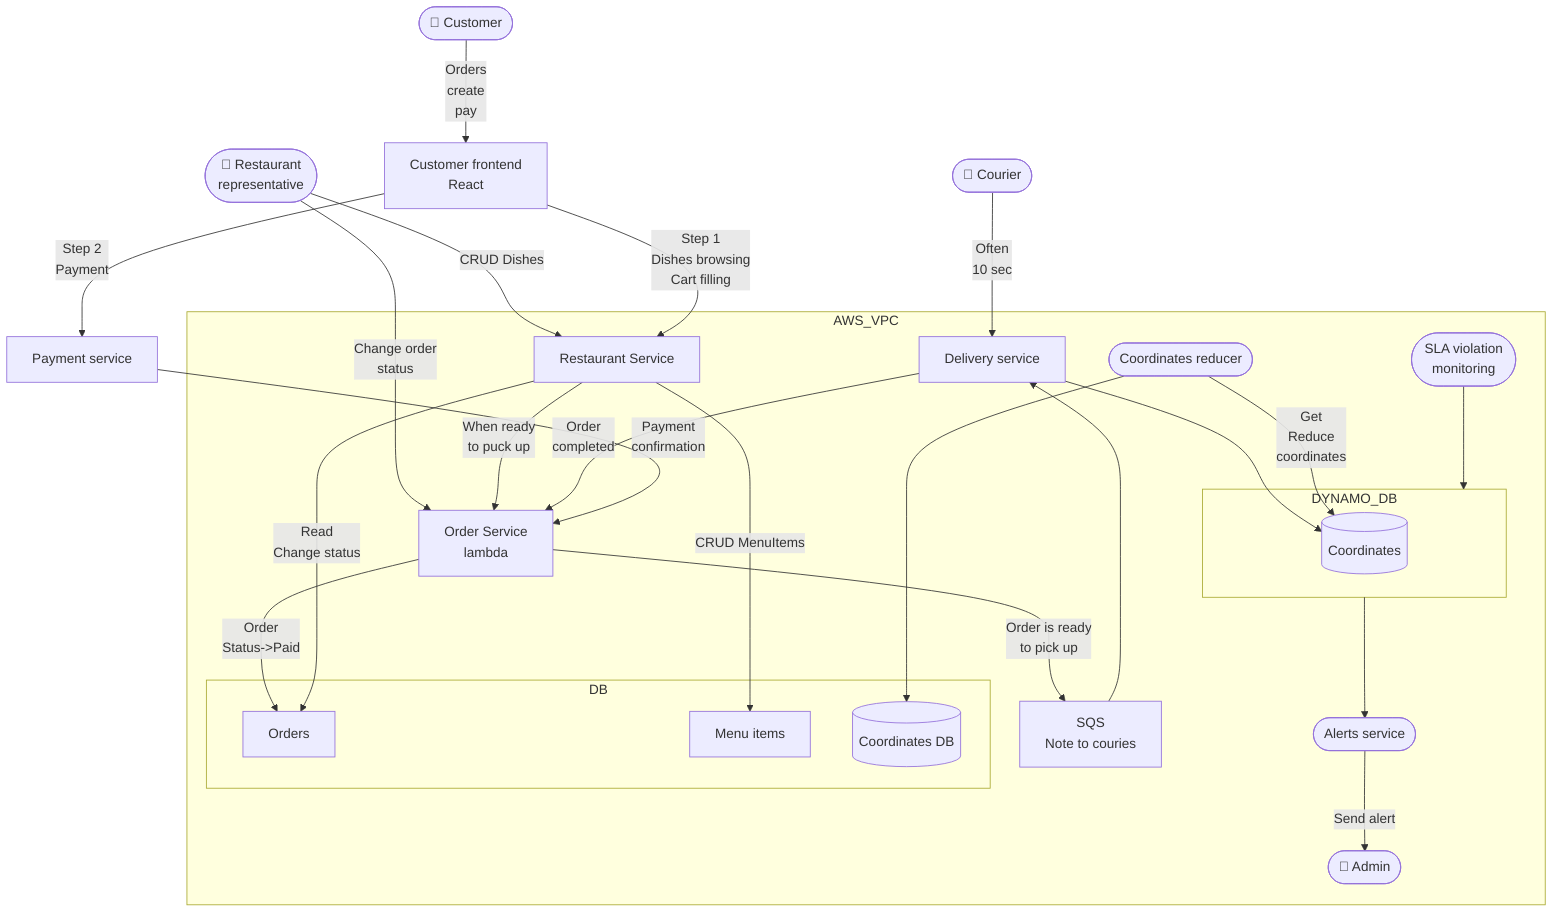
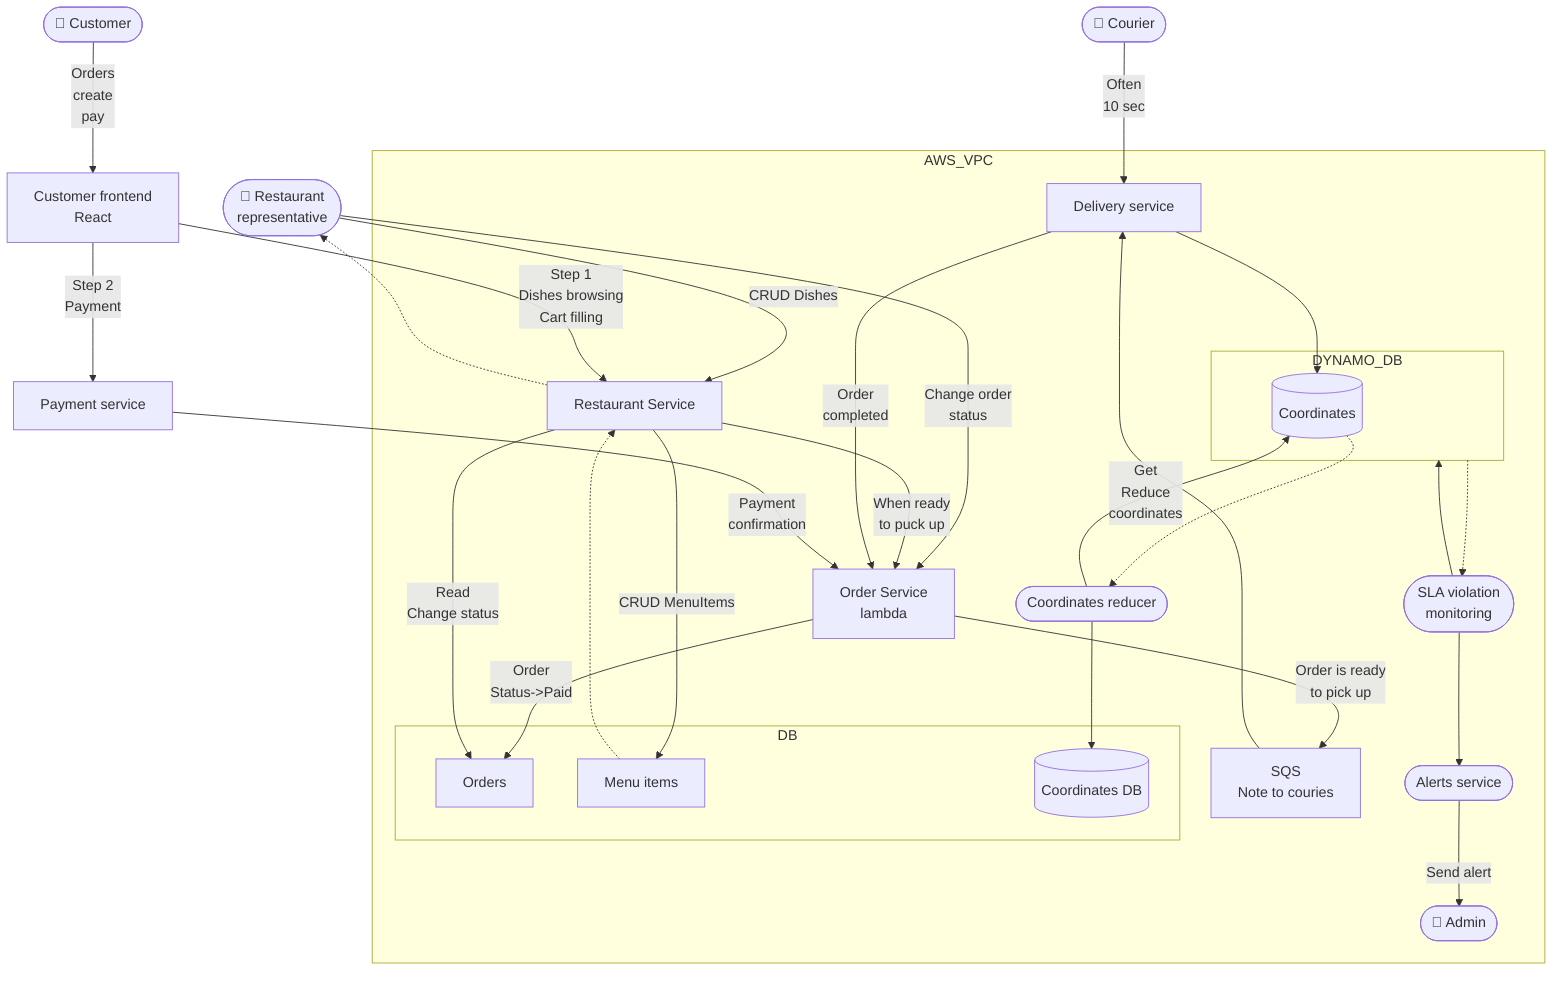
flowchart

DELIVERY[Delivery service] --> COORDINATES
RESTAURANT_USER --> |Change order\nstatus|ORDER
RESTAURANT_USER([👤 Restaurant\nrepresentative]) --> |CRUD Dishes|RESTAURANT[Restaurant Service]
+ RESTAURANT -.-> RESTAURANT_USER
COURIER([👤 Courier]) --> |Often\n10 sec|DELIVERY[Delivery service]
CUSTOMER([👤 Customer])
ADMIN([👤 Admin])
CUSTOMER_FE[Customer frontend\nReact]
CUSTOMER --> |Orders\ncreate\npay| CUSTOMER_FE
CUSTOMER_FE --> |Step 1\nDishes browsing\nCart filling|RESTAURANT
CUSTOMER_FE --> |Step 2\nPayment|PAYMENT
subgraph AWS_VPC
    ORDER[Order Service\nlambda] --> |Order\nStatus->Paid|DB_ORDERS
    RESTAURANT --> |CRUD MenuItems| DB_MENU_ITEMS
+     DB_MENU_ITEMS -.-> RESTAURANT
    RESTAURANT --> |Read\nChange status| DB_ORDERS
    RESTAURANT --> |When ready\nto puck up|ORDER
    ORDER --> |Order is ready\nto pick up|SQS_TO_COURIERS[SQS\nNote to couries]
    SQS_TO_COURIERS --> DELIVERY
    subgraph DB
        DB_MENU_ITEMS[Menu items]
        DB_ORDERS[Orders]
        COORDINATED_DB[(Coordinates DB)]
    end

    subgraph DYNAMO_DB
        COORDINATES[(Coordinates)]
    end
    COORDINATES_REDUCER([Coordinates reducer])
    COORDINATES_REDUCER --> |Get\nReduce\ncoordinates|COORDINATES
+     COORDINATES -.-> COORDINATES_REDUCER
    COORDINATES_REDUCER --> COORDINATED_DB

    SLA_VIOLATION([SLA violation\nmonitoring])
    ALERT([Alerts service])
-     SLA_VIOLATION --> DYNAMO_DB --> ALERT
+     SLA_VIOLATION --> ALERT
+     SLA_VIOLATION --> DYNAMO_DB
+     DYNAMO_DB -.-> SLA_VIOLATION
    ALERT --> |Send alert|ADMIN
    DELIVERY --> |Order\ncompleted|ORDER
end
PAYMENT[Payment service] --> |Payment\nconfirmation|ORDER
